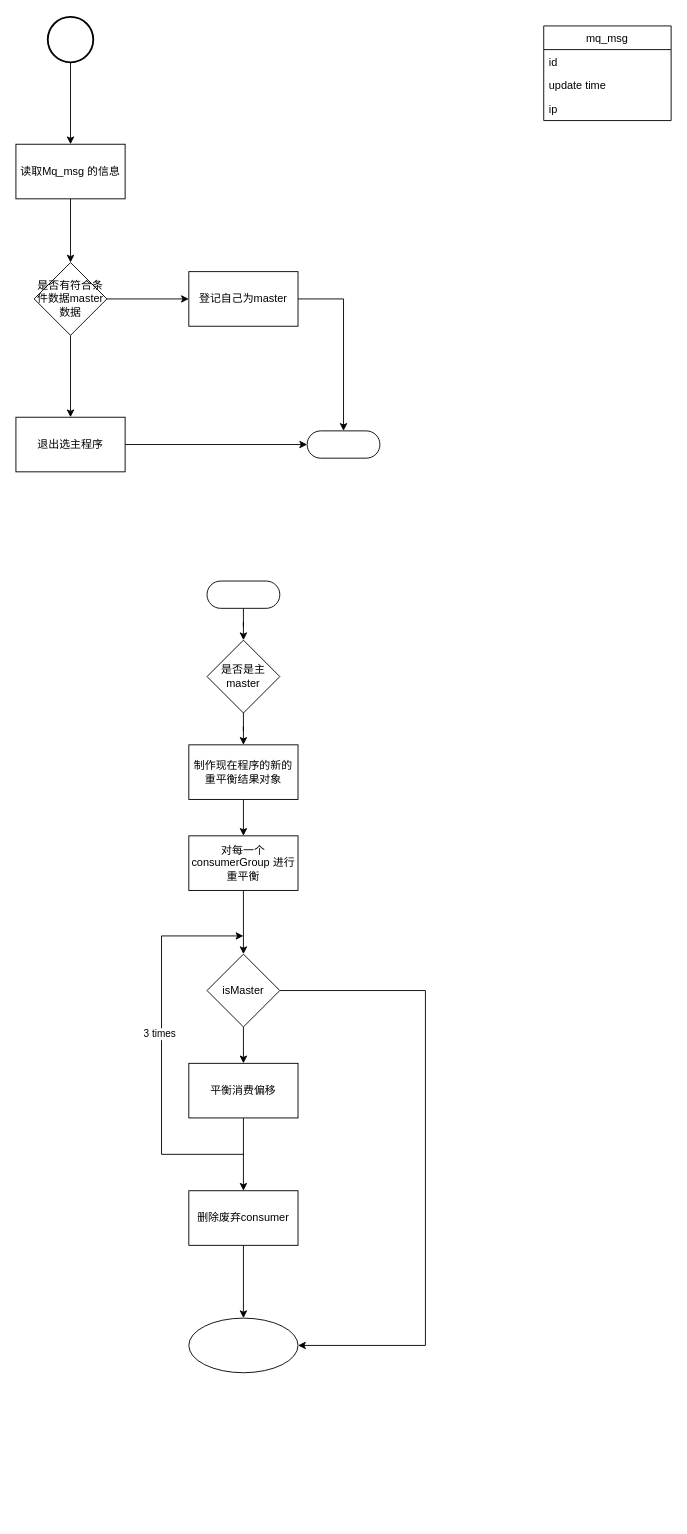
Above: document/blueprint/动态重平衡.drawio in iambiglee/catmq (draw.io), before the change. Source tidied: cells renumbered, new cells numbered last; positions are measured from the earlier drawing's top-left corner, leaving out a move shared by most shapes. Both pictures are drawn from the tidied source at 91%, with x=0, y=0 at pixel (15, 16).
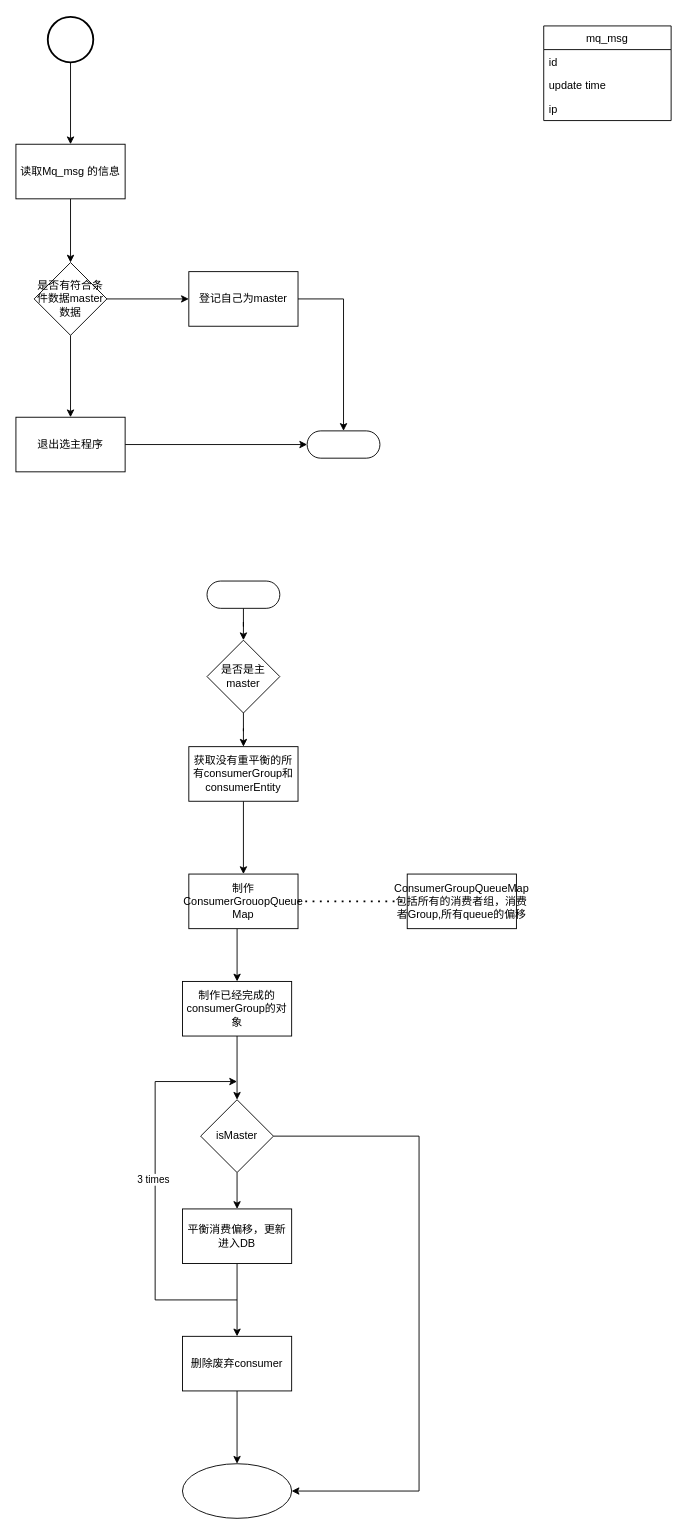
After the change.

Commit message:
更新动态重平衡.drawio

Unchanged cells that the change refers to:
```xml
<mxCell id="21" value="是否是主master" style="rhombus;whiteSpace=wrap;html=1;dashed=0;" parent="1" vertex="1">
  <mxGeometry x="210" y="685" width="80" height="80" as="geometry" />
</mxCell>
```

The edit, as a diff of the source:
```diff
@@
-    <mxCell id="20" style="edgeStyle=orthogonalEdgeStyle;rounded=0;jettySize=auto;html=1;" parent="1" edge="1" source="21" target="23">
-      <mxGeometry relative="1" as="geometry" />
-    </mxCell>
+    <mxCell id="36" style="edgeStyle=orthogonalEdgeStyle;rounded=0;jettySize=auto;html=1;" parent="1" edge="1" source="21" target="38">
+      <mxGeometry relative="1" as="geometry" />
+    </mxCell>
@@
-    <mxCell id="22" style="edgeStyle=orthogonalEdgeStyle;rounded=0;jettySize=auto;html=1;" parent="1" edge="1" source="23" target="25">
+    <mxCell id="22" style="edgeStyle=orthogonalEdgeStyle;rounded=0;jettySize=auto;html=1;exitX=0.442;exitY=1;exitDx=0;exitDy=0;exitPerimeter=0;" parent="1" edge="1" source="39" target="25">
       <mxGeometry relative="1" as="geometry" />
     </mxCell>
-    <mxCell id="23" value="制作现在程序的新的重平衡结果对象" style="whiteSpace=wrap;html=1;dashed=0;" parent="1" vertex="1">
-      <mxGeometry x="190" y="800" width="120" height="60" as="geometry" />
-    </mxCell>
@@
-    <mxCell id="25" value="对每一个consumerGroup 进行重平衡" style="whiteSpace=wrap;html=1;dashed=0;" parent="1" vertex="1">
-      <mxGeometry x="190" y="900" width="120" height="60" as="geometry" />
+    <mxCell id="25" value="制作已经完成的consumerGroup的对象" style="whiteSpace=wrap;html=1;dashed=0;" parent="1" vertex="1">
+      <mxGeometry x="183" y="1060" width="120" height="60" as="geometry" />
     </mxCell>
@@
     <mxCell id="27" style="edgeStyle=orthogonalEdgeStyle;rounded=0;jettySize=auto;html=1;entryX=1;entryY=0.5;entryDx=0;entryDy=0;" parent="1" edge="1" source="28" target="33">
       <mxGeometry relative="1" as="geometry">
         <Array as="points">
-          <mxPoint x="450" y="1070" />
-          <mxPoint x="450" y="1460" />
+          <mxPoint x="443" y="1230" />
+          <mxPoint x="443" y="1620" />
         </Array>
       </mxGeometry>
     </mxCell>
     <mxCell id="28" value="isMaster" style="rhombus;whiteSpace=wrap;html=1;dashed=0;" parent="1" vertex="1">
-      <mxGeometry x="210" y="1030" width="80" height="80" as="geometry" />
+      <mxGeometry x="203" y="1190" width="80" height="80" as="geometry" />
     </mxCell>
@@
-    <mxCell id="30" value="平衡消费偏移" style="whiteSpace=wrap;html=1;dashed=0;" parent="1" vertex="1">
-      <mxGeometry x="190" y="1150" width="120" height="60" as="geometry" />
+    <mxCell id="30" value="平衡消费偏移，更新进入DB" style="whiteSpace=wrap;html=1;dashed=0;" parent="1" vertex="1">
+      <mxGeometry x="183" y="1310" width="120" height="60" as="geometry" />
     </mxCell>
@@
     <mxCell id="32" value="删除废弃consumer" style="whiteSpace=wrap;html=1;dashed=0;" parent="1" vertex="1">
-      <mxGeometry x="190" y="1290" width="120" height="60" as="geometry" />
+      <mxGeometry x="183" y="1450" width="120" height="60" as="geometry" />
     </mxCell>
     <mxCell id="33" style="ellipse;whiteSpace=wrap;html=1;dashed=0;" parent="1" vertex="1">
-      <mxGeometry x="190" y="1430" width="120" height="60" as="geometry" />
+      <mxGeometry x="183" y="1590" width="120" height="60" as="geometry" />
     </mxCell>
     <mxCell id="34" style="endArrow=classic;html=1;rounded=0;" parent="1" edge="1">
       <mxGeometry relative="1" as="geometry">
-        <mxPoint x="250" y="1250" as="sourcePoint" />
-        <mxPoint x="250" y="1010" as="targetPoint" />
+        <mxPoint x="243" y="1410" as="sourcePoint" />
+        <mxPoint x="243" y="1170" as="targetPoint" />
         <Array as="points">
-          <mxPoint x="160" y="1250" />
-          <mxPoint x="160" y="1010" />
+          <mxPoint x="153" y="1410" />
+          <mxPoint x="153" y="1170" />
         </Array>
       </mxGeometry>
     </mxCell>
@@
+    <mxCell id="37" style="edgeStyle=orthogonalEdgeStyle;rounded=0;jettySize=auto;html=1;" parent="1" edge="1" source="38" target="39">
+      <mxGeometry relative="1" as="geometry" />
+    </mxCell>
+    <mxCell id="38" value="获取没有重平衡的所有consumerGroup和consumerEntity" style="whiteSpace=wrap;html=1;dashed=0;" parent="1" vertex="1">
+      <mxGeometry x="190" y="802" width="120" height="60" as="geometry" />
+    </mxCell>
+    <mxCell id="39" value="制作ConsumerGrouopQueue Map" style="whiteSpace=wrap;html=1;dashed=0;" parent="1" vertex="1">
+      <mxGeometry x="190" y="942" width="120" height="60" as="geometry" />
+    </mxCell>
+    <mxCell id="40" value="ConsumerGroupQueueMap包括所有的消费者组，消费者Group,所有queue的偏移" style="whiteSpace=wrap;html=1;dashed=0;" parent="1" vertex="1">
+      <mxGeometry x="430" y="942" width="120" height="60" as="geometry" />
+    </mxCell>
+    <mxCell id="41" style="endArrow=none;dashed=1;html=1;dashPattern=1 3;strokeWidth=2;rounded=0;elbow=vertical;exitX=1;exitY=0.5;exitDx=0;exitDy=0;entryX=0;entryY=0.5;entryDx=0;entryDy=0;" parent="1" edge="1" source="39" target="40">
+      <mxGeometry relative="1" as="geometry" />
+    </mxCell>
```
